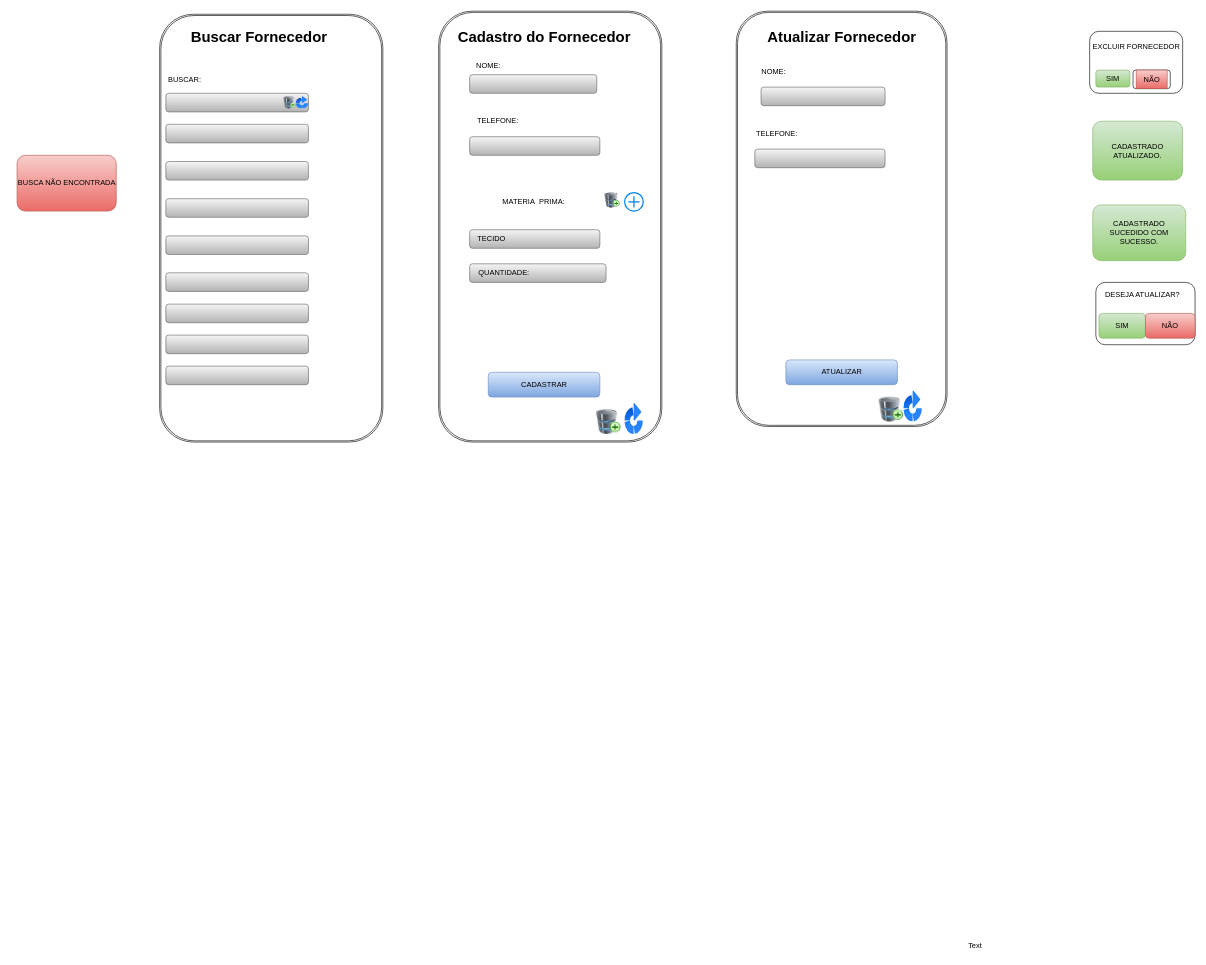
This is page "Página-2" (2 of 6) of doc/telas.drawio from pati573022/avatarapp, a draw.io file, before an edit. Source tidied: cells renumbered, new cells numbered last; positions are measured from the earlier drawing's top-left corner, leaving out a move shared by most shapes. Both pictures are drawn from the tidied source at 62%, with x=0, y=0 at pixel (11, 11).
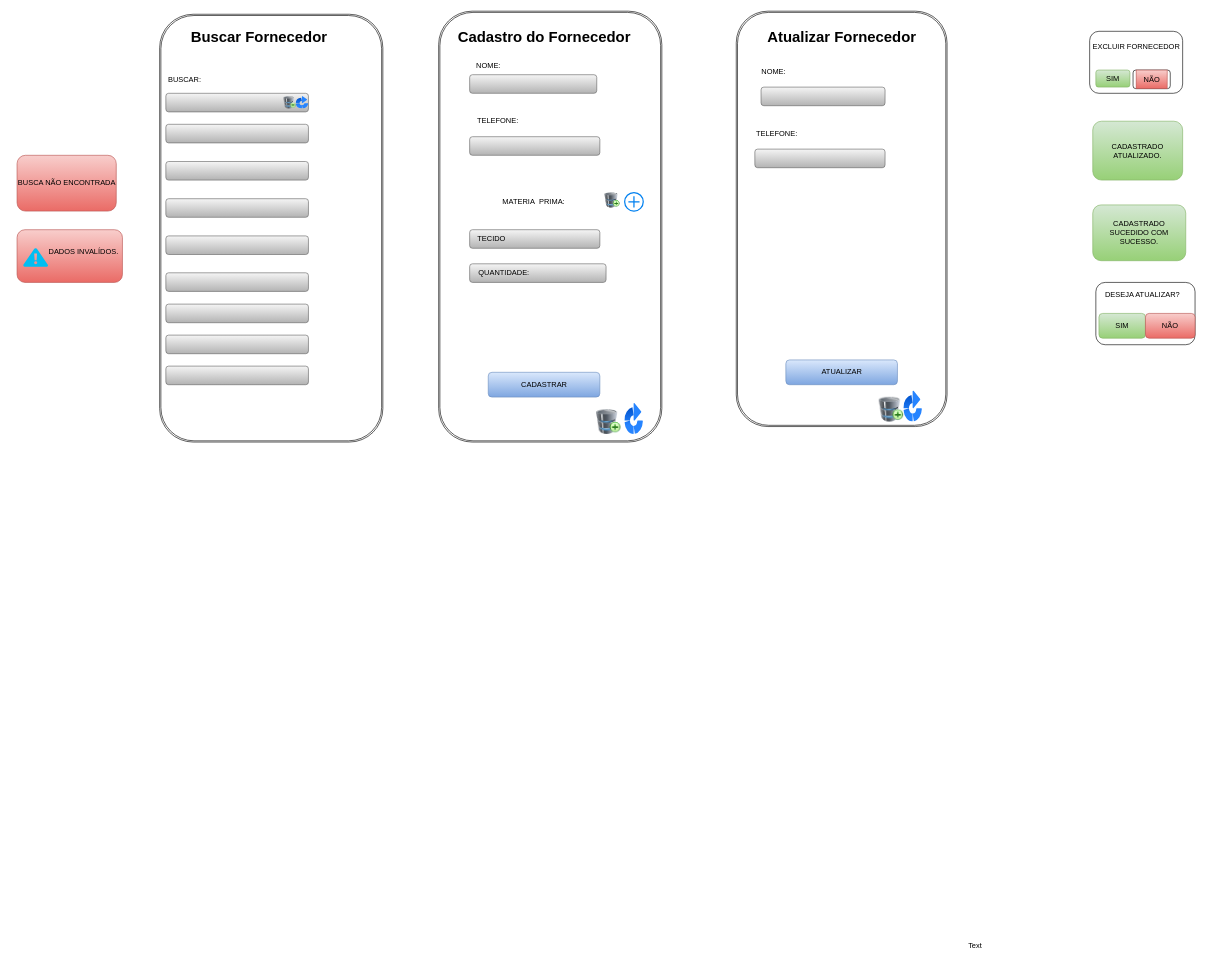
The same diagram, later.

What changed in the source:
```diff
@@
+    <mxCell id="63" style="rounded=1;whiteSpace=wrap;html=1;fillColor=#f8cecc;gradientColor=#ea6b66;strokeColor=#b85450;" parent="1" vertex="1">
+      <mxGeometry x="10" y="352" width="170" height="85" as="geometry" />
+    </mxCell>
+    <mxCell id="64" style="verticalLabelPosition=bottom;html=1;verticalAlign=top;align=center;strokeColor=none;fillColor=#00BEF2;shape=mxgraph.azure.azure_alert;" parent="1" vertex="1">
+      <mxGeometry x="20" y="382" width="40" height="30" as="geometry" />
+    </mxCell>
+    <mxCell id="65" value="DADOS INVALÍDOS." style="text;html=1;align=center;verticalAlign=middle;strokeColor=none;fillColor=none;" parent="1" vertex="1">
+      <mxGeometry x="47" y="372" width="140" height="30" as="geometry" />
+    </mxCell>
```
